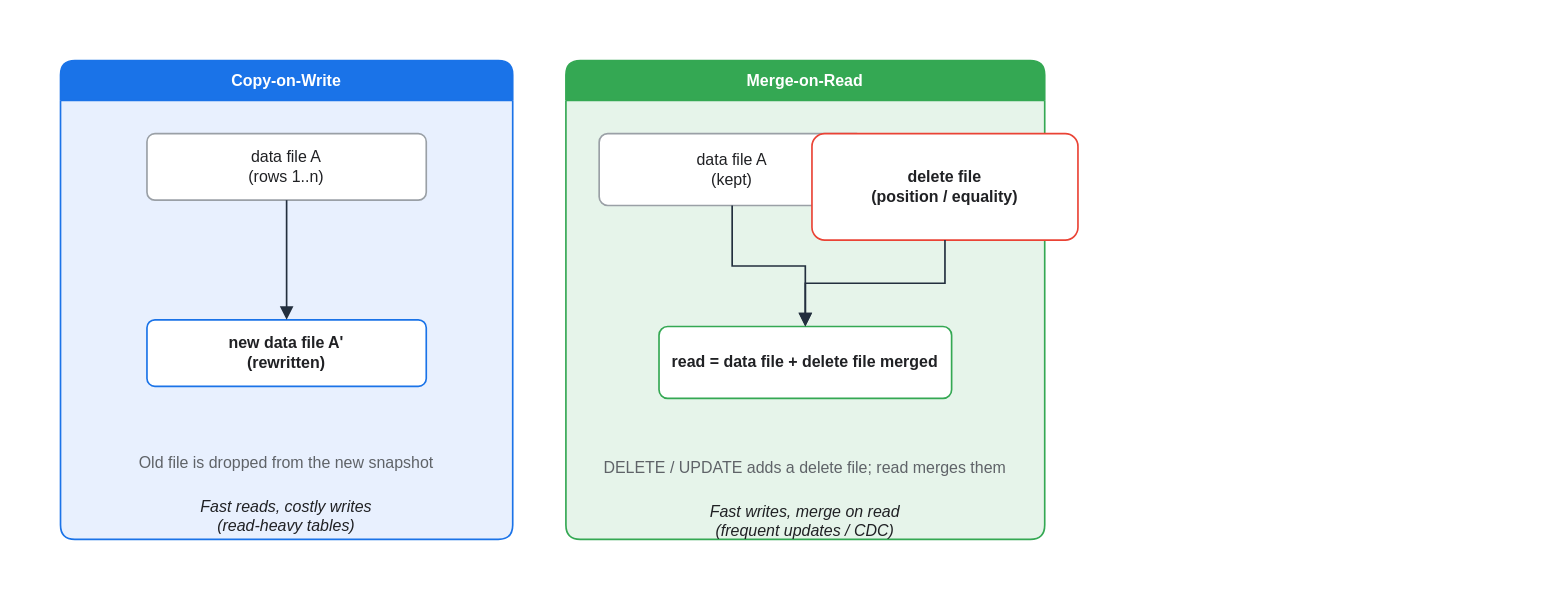
KKamJi98/kkamji98.github.io keeps this draw.io diagram as assets/img/aws/analytics-stack-11-iceberg-cow-vs-mor.drawio. Above is the earlier version. Source tidied: cells renumbered, new cells numbered last; positions are measured from the earlier drawing's top-left corner, leaving out a move shared by most shapes. Both pictures are drawn from the tidied source at 133%, with x=0, y=0 at pixel (60, 60).
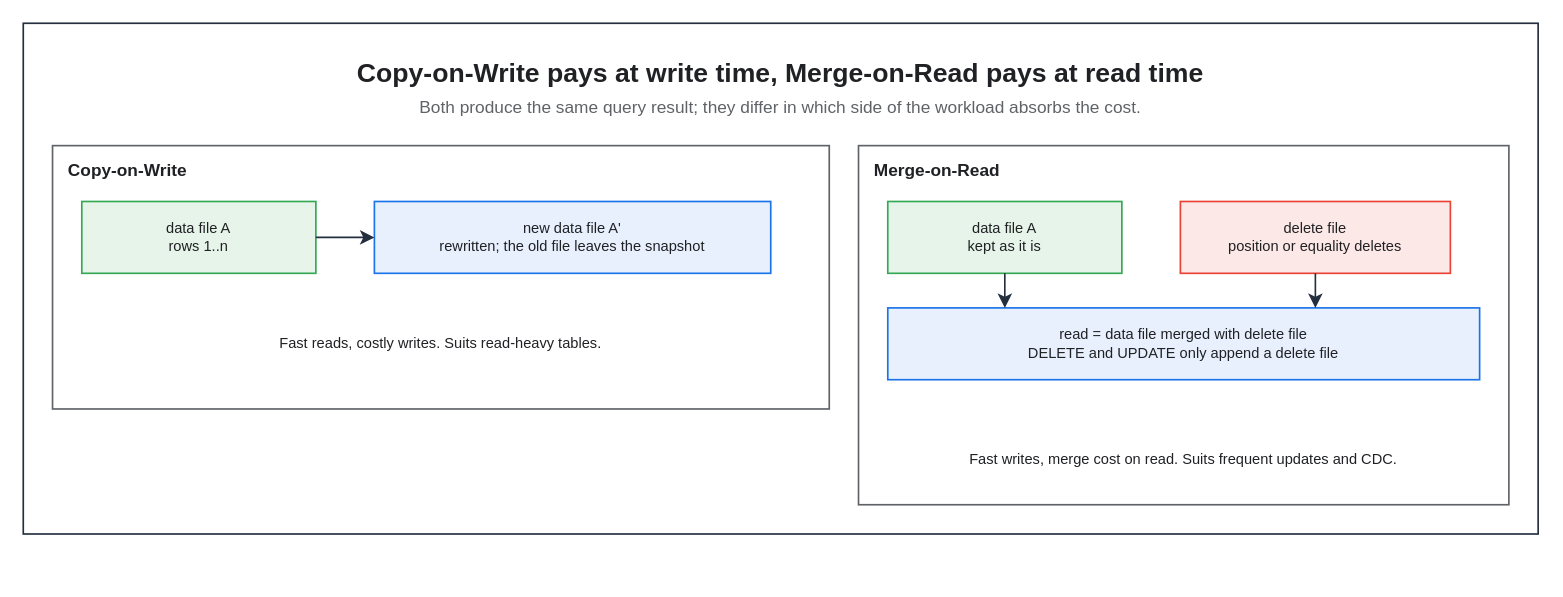
The same diagram, later.

Change to the diagram source:
```diff
@@
 <mxGraphModel background="#FFFFFF">
   <root>
     <mxCell id="0" />
     <mxCell id="1" parent="0" />
+    <mxCell id="16" style="rounded=0;html=0;fillColor=none;strokeColor=#232F3E;fontColor=#202124;strokeWidth=1.25;" parent="1" vertex="1">
+      <mxGeometry x="-28" y="-28" width="1139" height="384" as="geometry" />
+    </mxCell>
+    <mxCell id="17" value="Copy-on-Write pays at write time, Merge-on-Read pays at read time" style="text;html=0;whiteSpace=wrap;fillColor=none;strokeColor=none;fontColor=#202124;fontSize=20;fontStyle=1;align=center;verticalAlign=middle;" parent="1" vertex="1">
+      <mxGeometry x="-6" y="-6" width="1095" height="30" as="geometry" />
+    </mxCell>
+    <mxCell id="18" value="Both produce the same query result; they differ in which side of the workload absorbs the cost." style="text;html=0;whiteSpace=wrap;fillColor=none;strokeColor=none;fontColor=#5F6368;fontSize=13;fontStyle=0;align=center;verticalAlign=middle;" parent="1" vertex="1">
+      <mxGeometry x="-6" y="24" width="1095" height="22" as="geometry" />
+    </mxCell>
-    <mxCell id="2" value="Copy-on-Write" style="swimlane;rounded=1;arcSize=12;html=0;startSize=30;fillColor=#1A73E8;fontColor=#FFFFFF;swimlaneFillColor=#E8F0FE;strokeColor=#1A73E8;fontStyle=1;shadow=0;strokeWidth=1.25;" parent="1" vertex="1">
-      <mxGeometry width="340" height="360" as="geometry" />
+    <mxCell id="2" value="Copy-on-Write" style="rounded=0;whiteSpace=wrap;html=0;fillColor=none;strokeColor=#5F6368;fontColor=#202124;fontSize=13;fontStyle=1;align=left;verticalAlign=top;spacingLeft=10;spacingTop=4;strokeWidth=1.25;dashed=0;" parent="1" vertex="1">
+      <mxGeometry x="-6" y="64" width="584" height="198" as="geometry" />
     </mxCell>
-    <mxCell id="3" value="data file A&#10;(rows 1..n)" style="rounded=1;whiteSpace=wrap;html=0;arcSize=12;shadow=0;fillColor=#FFFFFF;strokeColor=#9AA0A6;fontColor=#202124;strokeWidth=1.25;" parent="2" vertex="1">
-      <mxGeometry x="65" y="55" width="210" height="50" as="geometry" />
-    </mxCell>
-    <mxCell id="4" value="new data file A'&#10;(rewritten)" style="rounded=1;whiteSpace=wrap;html=0;arcSize=12;shadow=0;fillColor=#FFFFFF;strokeColor=#1A73E8;fontColor=#202124;fontStyle=1;strokeWidth=1.25;" parent="2" vertex="1">
-      <mxGeometry x="65" y="195" width="210" height="50" as="geometry" />
-    </mxCell>
-    <mxCell id="5" value="Old file is dropped from the new snapshot" style="text;html=0;align=center;verticalAlign=middle;fontColor=#5F6368;" parent="2" vertex="1">
-      <mxGeometry x="40" y="262" width="260" height="80" as="geometry" />
-    </mxCell>
-    <mxCell id="6" value="Fast reads, costly writes&#10;(read-heavy tables)" style="text;html=0;align=center;verticalAlign=middle;fontColor=#202124;fontStyle=2;" parent="2" vertex="1">
-      <mxGeometry x="40" y="302" width="260" height="80" as="geometry" />
-    </mxCell>
-    <mxCell id="7" value="Merge-on-Read" style="swimlane;rounded=1;arcSize=12;html=0;startSize=30;fillColor=#34A853;fontColor=#FFFFFF;swimlaneFillColor=#E6F4EA;strokeColor=#34A853;fontStyle=1;shadow=0;strokeWidth=1.25;" parent="1" vertex="1">
-      <mxGeometry x="380" width="360" height="360" as="geometry" />
+    <mxCell id="7" value="Merge-on-Read" style="rounded=0;whiteSpace=wrap;html=0;fillColor=none;strokeColor=#5F6368;fontColor=#202124;fontSize=13;fontStyle=1;align=left;verticalAlign=top;spacingLeft=10;spacingTop=4;strokeWidth=1.25;dashed=0;" parent="1" vertex="1">
+      <mxGeometry x="600" y="64" width="489" height="270" as="geometry" />
     </mxCell>
-    <mxCell id="8" value="data file A&#10;(kept)" style="rounded=1;whiteSpace=wrap;html=0;arcSize=12;shadow=0;fillColor=#FFFFFF;strokeColor=#9AA0A6;fontColor=#202124;strokeWidth=1.25;" parent="7" vertex="1">
-      <mxGeometry x="25" y="55" width="200" height="54" as="geometry" />
-    </mxCell>
-    <mxCell id="9" value="delete file&#10;(position / equality)" style="rounded=1;whiteSpace=wrap;html=0;arcSize=12;shadow=0;fillColor=#FFFFFF;strokeColor=#EA4335;fontColor=#202124;fontStyle=1;strokeWidth=1.25;" parent="7" vertex="1">
-      <mxGeometry x="185" y="55" width="200" height="80" as="geometry" />
-    </mxCell>
-    <mxCell id="10" value="read = data file + delete file merged" style="rounded=1;whiteSpace=wrap;html=0;arcSize=12;shadow=0;fillColor=#FFFFFF;strokeColor=#34A853;fontColor=#202124;fontStyle=1;strokeWidth=1.25;" parent="7" vertex="1">
-      <mxGeometry x="70" y="200" width="220" height="54" as="geometry" />
-    </mxCell>
-    <mxCell id="11" value="DELETE / UPDATE adds a delete file; read merges them" style="text;html=0;align=center;verticalAlign=middle;fontColor=#5F6368;" parent="7" vertex="1">
-      <mxGeometry x="40" y="266" width="280" height="80" as="geometry" />
-    </mxCell>
-    <mxCell id="12" value="Fast writes, merge on read&#10;(frequent updates / CDC)" style="text;html=0;align=center;verticalAlign=middle;fontColor=#202124;fontStyle=2;" parent="7" vertex="1">
-      <mxGeometry x="40" y="306" width="280" height="80" as="geometry" />
-    </mxCell>
-    <mxCell id="13" style="edgeStyle=orthogonalEdgeStyle;rounded=0;html=0;endArrow=block;strokeColor=#232F3E;fontColor=#202124;labelBackgroundColor=none;strokeWidth=1.25;endSize=7;" parent="1" edge="1" source="3" target="4">
-      <mxGeometry relative="1" as="geometry" />
-    </mxCell>
-    <mxCell id="14" style="edgeStyle=orthogonalEdgeStyle;rounded=0;html=0;endArrow=block;strokeColor=#232F3E;fontColor=#202124;labelBackgroundColor=none;strokeWidth=1.25;endSize=7;" parent="1" edge="1" source="8" target="10">
-      <mxGeometry relative="1" as="geometry" />
-    </mxCell>
-    <mxCell id="15" style="edgeStyle=orthogonalEdgeStyle;rounded=0;html=0;endArrow=block;strokeColor=#232F3E;fontColor=#202124;labelBackgroundColor=none;strokeWidth=1.25;endSize=7;" parent="1" edge="1" source="9" target="10">
-      <mxGeometry relative="1" as="geometry" />
-    </mxCell>
+    <mxCell id="19" value="data file A&#10;rows 1..n" style="rounded=0;whiteSpace=wrap;html=0;fillColor=#E6F4EA;strokeColor=#34A853;fontColor=#202124;fontSize=11;fontStyle=0;align=center;verticalAlign=middle;spacingLeft=6;spacingRight=6;strokeWidth=1.25;" parent="1" vertex="1">
+      <mxGeometry x="16" y="106" width="176" height="54" as="geometry" />
+    </mxCell>
+    <mxCell id="20" value="new data file A'&#10;rewritten; the old file leaves the snapshot" style="rounded=0;whiteSpace=wrap;html=0;fillColor=#E8F0FE;strokeColor=#1A73E8;fontColor=#202124;fontSize=11;fontStyle=0;align=center;verticalAlign=middle;spacingLeft=6;spacingRight=6;strokeWidth=1.25;" parent="1" vertex="1">
+      <mxGeometry x="236" y="106" width="298" height="54" as="geometry" />
+    </mxCell>
+    <mxCell id="21" value="Fast reads, costly writes. Suits read-heavy tables." style="text;html=0;whiteSpace=wrap;fillColor=none;strokeColor=none;fontColor=#202124;fontSize=11;fontStyle=0;align=center;verticalAlign=middle;" parent="1" vertex="1">
+      <mxGeometry x="16" y="186" width="540" height="54" as="geometry" />
+    </mxCell>
+    <mxCell id="22" value="data file A&#10;kept as it is" style="rounded=0;whiteSpace=wrap;html=0;fillColor=#E6F4EA;strokeColor=#34A853;fontColor=#202124;fontSize=11;fontStyle=0;align=center;verticalAlign=middle;spacingLeft=6;spacingRight=6;strokeWidth=1.25;" parent="1" vertex="1">
+      <mxGeometry x="622" y="106" width="176" height="54" as="geometry" />
+    </mxCell>
+    <mxCell id="23" value="delete file&#10;position or equality deletes" style="rounded=0;whiteSpace=wrap;html=0;fillColor=#FCE8E6;strokeColor=#EA4335;fontColor=#202124;fontSize=11;fontStyle=0;align=center;verticalAlign=middle;spacingLeft=6;spacingRight=6;strokeWidth=1.25;" parent="1" vertex="1">
+      <mxGeometry x="842" y="106" width="203" height="54" as="geometry" />
+    </mxCell>
+    <mxCell id="24" value="read = data file merged with delete file&#10;DELETE and UPDATE only append a delete file" style="rounded=0;whiteSpace=wrap;html=0;fillColor=#E8F0FE;strokeColor=#1A73E8;fontColor=#202124;fontSize=11;fontStyle=0;align=center;verticalAlign=middle;spacingLeft=6;spacingRight=6;strokeWidth=1.25;" parent="1" vertex="1">
+      <mxGeometry x="622" y="186" width="445" height="54" as="geometry" />
+    </mxCell>
+    <mxCell id="25" value="Fast writes, merge cost on read. Suits frequent updates and CDC." style="text;html=0;whiteSpace=wrap;fillColor=none;strokeColor=none;fontColor=#202124;fontSize=11;fontStyle=0;align=center;verticalAlign=middle;" parent="1" vertex="1">
+      <mxGeometry x="622" y="288" width="445" height="24" as="geometry" />
+    </mxCell>
+    <mxCell id="26" style="edgeStyle=orthogonalEdgeStyle;rounded=0;html=0;strokeColor=#232F3E;strokeWidth=1.25;endArrow=classic;endFill=1;endSize=7;fontSize=11;fontColor=#202124;labelBackgroundColor=none;jettySize=14;exitX=1;exitY=0.5;entryX=0;entryY=0.5;exitDx=0;exitDy=0;entryDx=0;entryDy=0;" parent="1" edge="1" source="19" target="20">
+      <mxGeometry relative="1" as="geometry" />
+    </mxCell>
+    <mxCell id="27" style="edgeStyle=orthogonalEdgeStyle;rounded=0;html=0;strokeColor=#232F3E;strokeWidth=1.25;endArrow=classic;endFill=1;endSize=7;fontSize=11;fontColor=#202124;labelBackgroundColor=none;jettySize=14;exitX=0.5;exitY=1;entryX=0.1978;entryY=0;exitDx=0;exitDy=0;entryDx=0;entryDy=0;" parent="1" edge="1" source="22" target="24">
+      <mxGeometry relative="1" as="geometry" />
+    </mxCell>
+    <mxCell id="28" style="edgeStyle=orthogonalEdgeStyle;rounded=0;html=0;strokeColor=#232F3E;strokeWidth=1.25;endArrow=classic;endFill=1;endSize=7;fontSize=11;fontColor=#202124;labelBackgroundColor=none;jettySize=14;exitX=0.5;exitY=1;entryX=0.7225;entryY=0;exitDx=0;exitDy=0;entryDx=0;entryDy=0;" parent="1" edge="1" source="23" target="24">
+      <mxGeometry relative="1" as="geometry" />
+    </mxCell>
   </root>
 </mxGraphModel>
```
